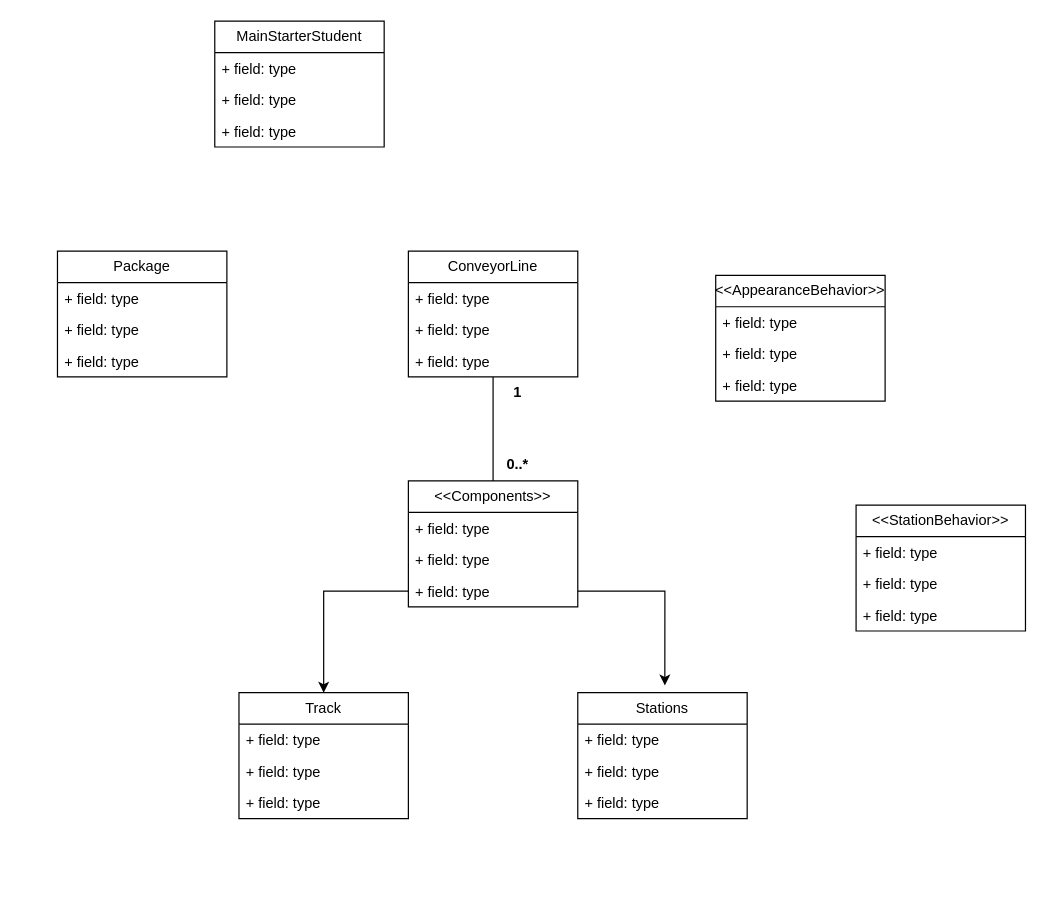
Spezzdidly/Python-FULL- keeps this draw.io diagram as Python (FULL) Diagram.drawio. Above is the earlier version. Source tidied: cells renumbered, new cells numbered last; positions are measured from the earlier drawing's top-left corner, leaving out a move shared by most shapes. Both pictures are drawn from the tidied source at 121%, with x=0, y=0 at pixel (57, 21).
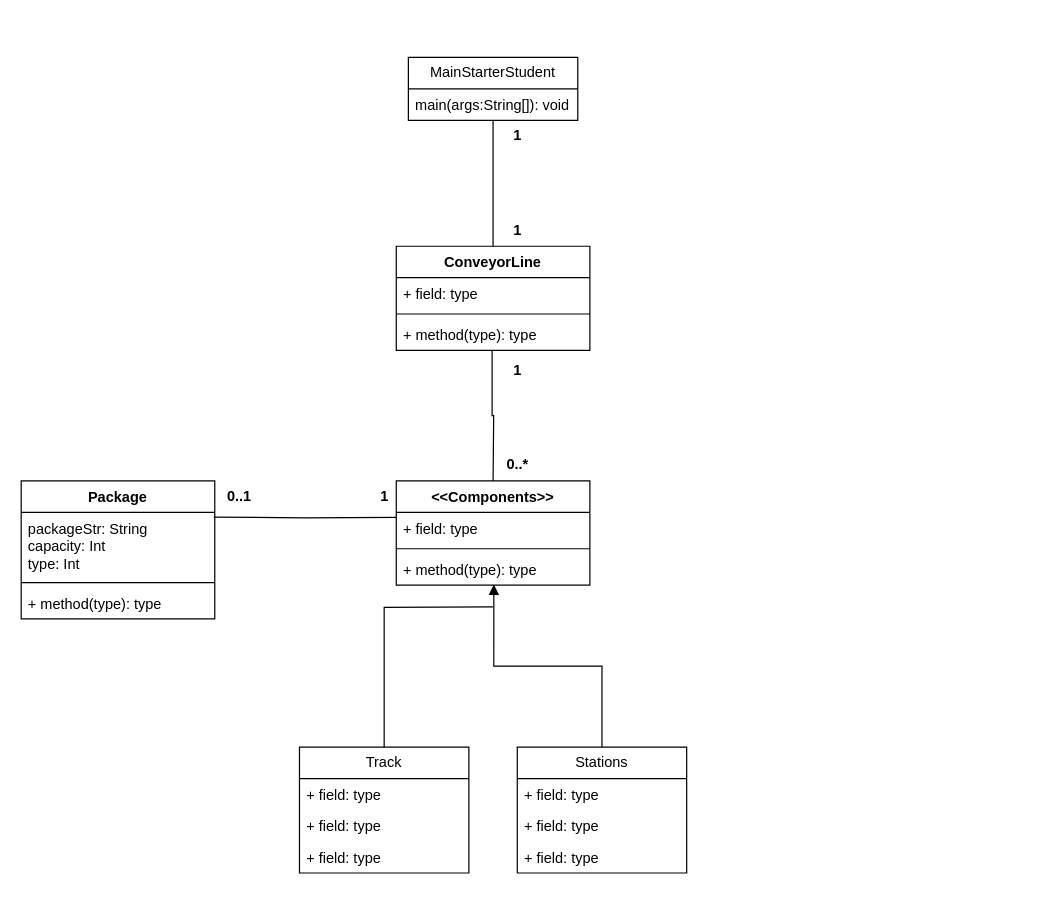
The same page after the edit.

Diff of the diagram source:
```diff
@@
+    <mxCell id="39" style="edgeStyle=orthogonalEdgeStyle;rounded=0;jettySize=auto;html=1;entryX=0.5;entryY=0;entryDx=0;entryDy=0;endArrow=none;endFill=0;" parent="1" edge="1" source="2">
+      <mxGeometry relative="1" as="geometry">
+        <mxPoint x="360" y="190" as="targetPoint" />
+      </mxGeometry>
+    </mxCell>
     <mxCell id="2" value="MainStarterStudent" style="swimlane;fontStyle=0;horizontal=1;startSize=26;fillColor=none;whiteSpace=wrap;html=1;" parent="1" vertex="1">
-      <mxGeometry x="130" width="140" height="104" as="geometry" />
+      <mxGeometry x="290" y="30" width="140" height="52" as="geometry" />
     </mxCell>
-    <mxCell id="3" value="+ field: type" style="text;strokeColor=none;fillColor=none;align=left;verticalAlign=top;spacingLeft=4;spacingRight=4;overflow=hidden;whiteSpace=wrap;html=1;" parent="2" vertex="1">
+    <mxCell id="3" value="main(args:String[]): void" style="text;strokeColor=none;fillColor=none;align=left;verticalAlign=top;spacingLeft=4;spacingRight=4;overflow=hidden;whiteSpace=wrap;html=1;" parent="2" vertex="1">
       <mxGeometry y="26" width="140" height="26" as="geometry" />
     </mxCell>
-    <mxCell id="4" value="+ field: type" style="text;strokeColor=none;fillColor=none;align=left;verticalAlign=top;spacingLeft=4;spacingRight=4;overflow=hidden;whiteSpace=wrap;html=1;" parent="2" vertex="1">
-      <mxGeometry y="52" width="140" height="26" as="geometry" />
-    </mxCell>
-    <mxCell id="5" value="+ field: type" style="text;strokeColor=none;fillColor=none;align=left;verticalAlign=top;spacingLeft=4;spacingRight=4;overflow=hidden;whiteSpace=wrap;html=1;" parent="2" vertex="1">
-      <mxGeometry y="78" width="140" height="26" as="geometry" />
-    </mxCell>
-    <mxCell id="6" style="edgeStyle=orthogonalEdgeStyle;rounded=0;jettySize=auto;html=1;entryX=0.5;entryY=0;entryDx=0;entryDy=0;endArrow=none;endFill=0;" parent="1" edge="1" source="7" target="11">
-      <mxGeometry relative="1" as="geometry" />
+    <mxCell id="6" style="edgeStyle=orthogonalEdgeStyle;rounded=0;jettySize=auto;html=1;entryX=0.5;entryY=0;entryDx=0;entryDy=0;endArrow=none;endFill=0;exitX=0.495;exitY=1.024;exitDx=0;exitDy=0;exitPerimeter=0;" parent="1" edge="1" source="46">
+      <mxGeometry relative="1" as="geometry">
+        <mxPoint x="360" y="380" as="targetPoint" />
+      </mxGeometry>
     </mxCell>
-    <mxCell id="7" value="ConveyorLine" style="swimlane;fontStyle=0;horizontal=1;startSize=26;fillColor=none;whiteSpace=wrap;html=1;" parent="1" vertex="1">
-      <mxGeometry x="290" y="190" width="140" height="104" as="geometry" />
-    </mxCell>
-    <mxCell id="8" value="+ field: type" style="text;strokeColor=none;fillColor=none;align=left;verticalAlign=top;spacingLeft=4;spacingRight=4;overflow=hidden;whiteSpace=wrap;html=1;" parent="7" vertex="1">
-      <mxGeometry y="26" width="140" height="26" as="geometry" />
-    </mxCell>
-    <mxCell id="9" value="+ field: type" style="text;strokeColor=none;fillColor=none;align=left;verticalAlign=top;spacingLeft=4;spacingRight=4;overflow=hidden;whiteSpace=wrap;html=1;" parent="7" vertex="1">
-      <mxGeometry y="52" width="140" height="26" as="geometry" />
-    </mxCell>
-    <mxCell id="10" value="+ field: type" style="text;strokeColor=none;fillColor=none;align=left;verticalAlign=top;spacingLeft=4;spacingRight=4;overflow=hidden;whiteSpace=wrap;html=1;" parent="7" vertex="1">
-      <mxGeometry y="78" width="140" height="26" as="geometry" />
-    </mxCell>
-    <mxCell id="11" value="&amp;lt;&amp;lt;Components&amp;gt;&amp;gt;" style="swimlane;fontStyle=0;horizontal=1;startSize=26;fillColor=none;whiteSpace=wrap;html=1;" parent="1" vertex="1">
-      <mxGeometry x="290" y="380" width="140" height="104" as="geometry" />
-    </mxCell>
-    <mxCell id="12" value="+ field: type" style="text;strokeColor=none;fillColor=none;align=left;verticalAlign=top;spacingLeft=4;spacingRight=4;overflow=hidden;whiteSpace=wrap;html=1;" parent="11" vertex="1">
-      <mxGeometry y="26" width="140" height="26" as="geometry" />
-    </mxCell>
-    <mxCell id="13" value="+ field: type" style="text;strokeColor=none;fillColor=none;align=left;verticalAlign=top;spacingLeft=4;spacingRight=4;overflow=hidden;whiteSpace=wrap;html=1;" parent="11" vertex="1">
-      <mxGeometry y="52" width="140" height="26" as="geometry" />
-    </mxCell>
-    <mxCell id="14" value="+ field: type" style="text;strokeColor=none;fillColor=none;align=left;verticalAlign=top;spacingLeft=4;spacingRight=4;overflow=hidden;points=[[0,0.5],[1,0.5]];portConstraint=eastwest;whiteSpace=wrap;html=1;" parent="11" vertex="1">
-      <mxGeometry y="78" width="140" height="26" as="geometry" />
-    </mxCell>
+    <mxCell id="40" style="edgeStyle=orthogonalEdgeStyle;rounded=0;jettySize=auto;html=1;entryX=0.5;entryY=0;entryDx=0;entryDy=0;endArrow=none;endFill=0;jumpSize=4;endSize=4;" parent="1" edge="1" target="15">
+      <mxGeometry relative="1" as="geometry">
+        <mxPoint x="360" y="484" as="sourcePoint" />
+      </mxGeometry>
+    </mxCell>
     <mxCell id="15" value="Track" style="swimlane;fontStyle=0;horizontal=1;startSize=26;fillColor=none;whiteSpace=wrap;html=1;" parent="1" vertex="1">
-      <mxGeometry x="150" y="555" width="140" height="104" as="geometry" />
+      <mxGeometry x="200" y="600" width="140" height="104" as="geometry" />
     </mxCell>
@@
     <mxCell id="19" value="Stations" style="swimlane;fontStyle=0;horizontal=1;startSize=26;fillColor=none;whiteSpace=wrap;html=1;" parent="1" vertex="1">
-      <mxGeometry x="430" y="555" width="140" height="104" as="geometry" />
+      <mxGeometry x="380" y="600" width="140" height="104" as="geometry" />
     </mxCell>
@@
-    <mxCell id="23" style="edgeStyle=orthogonalEdgeStyle;rounded=0;jettySize=auto;html=1;entryX=0.5;entryY=0;entryDx=0;entryDy=0;" parent="1" edge="1" source="14" target="15">
-      <mxGeometry relative="1" as="geometry" />
-    </mxCell>
-    <mxCell id="24" style="edgeStyle=orthogonalEdgeStyle;rounded=0;jettySize=auto;html=1;entryX=0.514;entryY=-0.058;entryDx=0;entryDy=0;entryPerimeter=0;" parent="1" edge="1" source="14" target="19">
-      <mxGeometry relative="1" as="geometry" />
-    </mxCell>
     <mxCell id="25" value="1" style="text;align=center;fontStyle=1;verticalAlign=middle;spacingLeft=3;spacingRight=3;strokeColor=none;html=1;" parent="1" vertex="1">
-      <mxGeometry x="340" y="294" width="80" height="26" as="geometry" />
+      <mxGeometry x="340" y="276" width="80" height="26" as="geometry" />
     </mxCell>
@@
+    <mxCell id="41" value="1" style="text;align=center;fontStyle=1;verticalAlign=middle;spacingLeft=3;spacingRight=3;strokeColor=none;html=1;" parent="1" vertex="1">
+      <mxGeometry x="340" y="160" width="80" height="26" as="geometry" />
+    </mxCell>
+    <mxCell id="42" value="1" style="text;align=center;fontStyle=1;verticalAlign=middle;spacingLeft=3;spacingRight=3;strokeColor=none;html=1;" parent="1" vertex="1">
+      <mxGeometry x="340" y="82" width="80" height="26" as="geometry" />
+    </mxCell>
+    <mxCell id="43" style="edgeStyle=orthogonalEdgeStyle;rounded=0;jettySize=auto;html=1;endArrow=block;endFill=1;entryX=0.504;entryY=0.984;entryDx=0;entryDy=0;entryPerimeter=0;" parent="1" edge="1" source="19" target="55">
+      <mxGeometry relative="1" as="geometry" />
+    </mxCell>
+    <mxCell id="7" value="ConveyorLine" style="swimlane;fontStyle=1;align=center;verticalAlign=top;horizontal=1;startSize=26;whiteSpace=wrap;html=1;" parent="1" vertex="1">
+      <mxGeometry x="280" y="186" width="160" height="86" as="geometry" />
+    </mxCell>
+    <mxCell id="44" value="+ field: type" style="text;strokeColor=none;fillColor=none;align=left;verticalAlign=top;spacingLeft=4;spacingRight=4;overflow=hidden;whiteSpace=wrap;html=1;" parent="7" vertex="1">
+      <mxGeometry y="26" width="160" height="26" as="geometry" />
+    </mxCell>
+    <mxCell id="45" style="line;strokeWidth=1;fillColor=none;align=left;verticalAlign=middle;spacingTop=-1;spacingLeft=3;spacingRight=3;labelPosition=right;strokeColor=inherit;" parent="7" vertex="1">
+      <mxGeometry y="52" width="160" height="8" as="geometry" />
+    </mxCell>
+    <mxCell id="46" value="+ method(type): type" style="text;strokeColor=none;fillColor=none;align=left;verticalAlign=top;spacingLeft=4;spacingRight=4;overflow=hidden;points=[[0,0.5],[1,0.5]];portConstraint=eastwest;whiteSpace=wrap;html=1;" parent="7" vertex="1">
+      <mxGeometry y="60" width="160" height="26" as="geometry" />
+    </mxCell>
-    <mxCell id="27" value="Package" style="swimlane;fontStyle=0;horizontal=1;startSize=26;fillColor=none;whiteSpace=wrap;html=1;" parent="1" vertex="1">
-      <mxGeometry y="190" width="140" height="104" as="geometry" />
+    <mxCell id="27" value="Package" style="swimlane;fontStyle=1;align=center;verticalAlign=top;horizontal=1;startSize=26;whiteSpace=wrap;html=1;" parent="1" vertex="1">
+      <mxGeometry x="-30" y="380" width="160" height="114" as="geometry" />
     </mxCell>
-    <mxCell id="28" value="+ field: type" style="text;strokeColor=none;fillColor=none;align=left;verticalAlign=top;spacingLeft=4;spacingRight=4;overflow=hidden;whiteSpace=wrap;html=1;" parent="27" vertex="1">
-      <mxGeometry y="26" width="140" height="26" as="geometry" />
-    </mxCell>
-    <mxCell id="29" value="+ field: type" style="text;strokeColor=none;fillColor=none;align=left;verticalAlign=top;spacingLeft=4;spacingRight=4;overflow=hidden;whiteSpace=wrap;html=1;" parent="27" vertex="1">
-      <mxGeometry y="52" width="140" height="26" as="geometry" />
-    </mxCell>
-    <mxCell id="30" value="+ field: type" style="text;strokeColor=none;fillColor=none;align=left;verticalAlign=top;spacingLeft=4;spacingRight=4;overflow=hidden;whiteSpace=wrap;html=1;" parent="27" vertex="1">
-      <mxGeometry y="78" width="140" height="26" as="geometry" />
-    </mxCell>
-    <mxCell id="31" value="&amp;lt;&amp;lt;StationBehavior&amp;gt;&amp;gt;" style="swimlane;fontStyle=0;horizontal=1;startSize=26;fillColor=none;whiteSpace=wrap;html=1;" parent="1" vertex="1">
-      <mxGeometry x="660" y="400" width="140" height="104" as="geometry" />
-    </mxCell>
-    <mxCell id="32" value="+ field: type" style="text;strokeColor=none;fillColor=none;align=left;verticalAlign=top;spacingLeft=4;spacingRight=4;overflow=hidden;whiteSpace=wrap;html=1;" parent="31" vertex="1">
-      <mxGeometry y="26" width="140" height="26" as="geometry" />
-    </mxCell>
-    <mxCell id="33" value="+ field: type" style="text;strokeColor=none;fillColor=none;align=left;verticalAlign=top;spacingLeft=4;spacingRight=4;overflow=hidden;whiteSpace=wrap;html=1;" parent="31" vertex="1">
-      <mxGeometry y="52" width="140" height="26" as="geometry" />
-    </mxCell>
-    <mxCell id="34" value="+ field: type" style="text;strokeColor=none;fillColor=none;align=left;verticalAlign=top;spacingLeft=4;spacingRight=4;overflow=hidden;whiteSpace=wrap;html=1;" parent="31" vertex="1">
-      <mxGeometry y="78" width="140" height="26" as="geometry" />
-    </mxCell>
-    <mxCell id="35" value="&amp;lt;&amp;lt;AppearanceBehavior&amp;gt;&amp;gt;" style="swimlane;fontStyle=0;horizontal=1;startSize=26;fillColor=none;whiteSpace=wrap;html=1;" parent="1" vertex="1">
-      <mxGeometry x="544" y="210" width="140" height="104" as="geometry" />
-    </mxCell>
-    <mxCell id="36" value="+ field: type" style="text;strokeColor=none;fillColor=none;align=left;verticalAlign=top;spacingLeft=4;spacingRight=4;overflow=hidden;whiteSpace=wrap;html=1;" parent="35" vertex="1">
-      <mxGeometry y="26" width="140" height="26" as="geometry" />
-    </mxCell>
-    <mxCell id="37" value="+ field: type" style="text;strokeColor=none;fillColor=none;align=left;verticalAlign=top;spacingLeft=4;spacingRight=4;overflow=hidden;whiteSpace=wrap;html=1;" parent="35" vertex="1">
-      <mxGeometry y="52" width="140" height="26" as="geometry" />
-    </mxCell>
-    <mxCell id="38" value="+ field: type" style="text;strokeColor=none;fillColor=none;align=left;verticalAlign=top;spacingLeft=4;spacingRight=4;overflow=hidden;whiteSpace=wrap;html=1;" parent="35" vertex="1">
-      <mxGeometry y="78" width="140" height="26" as="geometry" />
-    </mxCell>
+    <mxCell id="47" value="packageStr: String&lt;div&gt;capacity: Int&lt;/div&gt;&lt;div&gt;type: Int&lt;/div&gt;" style="text;strokeColor=none;fillColor=none;align=left;verticalAlign=top;spacingLeft=4;spacingRight=4;overflow=hidden;points=[[0,0.5],[1,0.5]];portConstraint=eastwest;whiteSpace=wrap;html=1;" parent="27" vertex="1">
+      <mxGeometry y="26" width="160" height="54" as="geometry" />
+    </mxCell>
+    <mxCell id="48" style="line;strokeWidth=1;fillColor=none;align=left;verticalAlign=middle;spacingTop=-1;spacingLeft=3;spacingRight=3;labelPosition=right;strokeColor=inherit;" parent="27" vertex="1">
+      <mxGeometry y="80" width="160" height="8" as="geometry" />
+    </mxCell>
+    <mxCell id="49" value="+ method(type): type" style="text;strokeColor=none;fillColor=none;align=left;verticalAlign=top;spacingLeft=4;spacingRight=4;overflow=hidden;whiteSpace=wrap;html=1;" parent="27" vertex="1">
+      <mxGeometry y="88" width="160" height="26" as="geometry" />
+    </mxCell>
+    <mxCell id="50" style="edgeStyle=orthogonalEdgeStyle;rounded=0;jettySize=auto;html=1;entryX=0.995;entryY=0.071;entryDx=0;entryDy=0;entryPerimeter=0;endArrow=none;endFill=0;" parent="1" edge="1" target="47">
+      <mxGeometry relative="1" as="geometry">
+        <mxPoint x="280" y="410" as="sourcePoint" />
+      </mxGeometry>
+    </mxCell>
+    <mxCell id="51" value="0..1" style="text;align=center;fontStyle=1;verticalAlign=middle;spacingLeft=3;spacingRight=3;strokeColor=none;html=1;" parent="1" vertex="1">
+      <mxGeometry x="110" y="380" width="80" height="26" as="geometry" />
+    </mxCell>
+    <mxCell id="52" value="1" style="text;align=center;fontStyle=1;verticalAlign=middle;spacingLeft=3;spacingRight=3;strokeColor=none;html=1;" parent="1" vertex="1">
+      <mxGeometry x="230" y="380" width="80" height="26" as="geometry" />
+    </mxCell>
+    <mxCell id="11" value="&amp;lt;&amp;lt;Components&amp;gt;&amp;gt;" style="swimlane;fontStyle=1;align=center;verticalAlign=top;horizontal=1;startSize=26;whiteSpace=wrap;html=1;" parent="1" vertex="1">
+      <mxGeometry x="280" y="380" width="160" height="86" as="geometry" />
+    </mxCell>
+    <mxCell id="53" value="+ field: type" style="text;strokeColor=none;fillColor=none;align=left;verticalAlign=top;spacingLeft=4;spacingRight=4;overflow=hidden;whiteSpace=wrap;html=1;" parent="11" vertex="1">
+      <mxGeometry y="26" width="160" height="26" as="geometry" />
+    </mxCell>
+    <mxCell id="54" style="line;strokeWidth=1;fillColor=none;align=left;verticalAlign=middle;spacingTop=-1;spacingLeft=3;spacingRight=3;labelPosition=right;strokeColor=inherit;" parent="11" vertex="1">
+      <mxGeometry y="52" width="160" height="8" as="geometry" />
+    </mxCell>
+    <mxCell id="55" value="+ method(type): type" style="text;strokeColor=none;fillColor=none;align=left;verticalAlign=top;spacingLeft=4;spacingRight=4;overflow=hidden;points=[[0,0.5],[1,0.5]];portConstraint=eastwest;whiteSpace=wrap;html=1;" parent="11" vertex="1">
+      <mxGeometry y="60" width="160" height="26" as="geometry" />
+    </mxCell>
```
